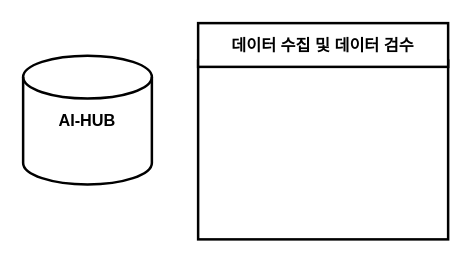
This is page "4 설계서" (2 of 2) of 제목 없는 다이어그램.drawio from hyun10144/Lecture4-1, a draw.io file, before an edit. Source tidied: cells renumbered, new cells numbered last; positions are measured from the earlier drawing's top-left corner, leaving out a move shared by most shapes. Both pictures are drawn from the tidied source at 125%, with x=0, y=0 at pixel (22, 22).
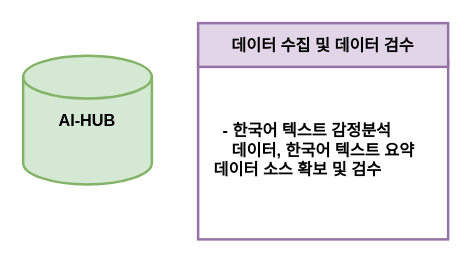
Above is the later version.

Commit message (it also covers changes not shown here):
제목 없는 다이어그램.drawio 업데이트

Change to the diagram source:
```diff
@@
 <mxGraphModel>
   <root>
     <mxCell id="0" />
     <mxCell id="1" parent="0" />
-    <mxCell id="2" style="rounded=1;whiteSpace=wrap;html=1;absoluteArcSize=1;arcSize=0;strokeWidth=2;fontStyle=1;fontSize=13;" parent="1" vertex="1">
+    <mxCell id="2" value="&lt;span style=&quot;background-color: transparent; color: light-dark(rgb(0, 0, 0), rgb(255, 255, 255));&quot;&gt;&amp;nbsp; &amp;nbsp; &amp;nbsp;- 한국어 텍스트 감정분석&amp;nbsp;&lt;/span&gt;&lt;div&gt;&lt;span style=&quot;background-color: transparent; color: light-dark(rgb(0, 0, 0), rgb(255, 255, 255));&quot;&gt;&amp;nbsp; &amp;nbsp; &amp;nbsp; &amp;nbsp;데이터,&amp;nbsp;&lt;/span&gt;&lt;span style=&quot;background-color: transparent; color: light-dark(rgb(0, 0, 0), rgb(255, 255, 255));&quot;&gt;한국어 텍스트&amp;nbsp;&lt;/span&gt;&lt;span style=&quot;background-color: transparent; color: light-dark(rgb(0, 0, 0), rgb(255, 255, 255));&quot;&gt;요약&amp;nbsp; &amp;nbsp; &amp;nbsp; &amp;nbsp; &amp;nbsp; &amp;nbsp;데이터 소스 확보 및&amp;nbsp;&lt;/span&gt;&lt;span style=&quot;background-color: transparent; color: light-dark(rgb(0, 0, 0), rgb(255, 255, 255));&quot;&gt;검수&lt;/span&gt;&lt;/div&gt;" style="rounded=1;whiteSpace=wrap;html=1;absoluteArcSize=1;arcSize=0;strokeWidth=2;fontStyle=1;fontSize=13;align=left;labelPosition=center;verticalLabelPosition=middle;verticalAlign=middle;fillColor=#FFFFFF;strokeColor=#9673a6;" parent="1" vertex="1">
       <mxGeometry x="140" y="30" width="200" height="143" as="geometry" />
     </mxCell>
-    <mxCell id="3" value="&lt;b&gt;&lt;font style=&quot;font-size: 13px;&quot;&gt;AI-HUB&lt;/font&gt;&lt;/b&gt;" style="strokeWidth=2;html=1;shape=mxgraph.flowchart.database;whiteSpace=wrap;align=center;" parent="1" vertex="1">
+    <mxCell id="3" value="&lt;b&gt;&lt;font style=&quot;font-size: 13px;&quot;&gt;AI-HUB&lt;/font&gt;&lt;/b&gt;" style="strokeWidth=2;html=1;shape=mxgraph.flowchart.database;whiteSpace=wrap;align=center;fillColor=#d5e8d4;strokeColor=#82b366;" parent="1" vertex="1">
       <mxGeometry y="26" width="103" height="103" as="geometry" />
     </mxCell>
-    <mxCell id="4" value="데이터 수집 및 데이터 검수" style="rounded=1;whiteSpace=wrap;html=1;absoluteArcSize=1;arcSize=0;strokeWidth=2;fontStyle=1;fontSize=13;" parent="1" vertex="1">
+    <mxCell id="4" value="데이터 수집 및 데이터 검수" style="rounded=1;whiteSpace=wrap;html=1;absoluteArcSize=1;arcSize=0;strokeWidth=2;fontStyle=1;fontSize=13;fillColor=#e1d5e7;strokeColor=#9673a6;" parent="1" vertex="1">
       <mxGeometry x="140" width="200" height="35" as="geometry" />
     </mxCell>
   </root>
 </mxGraphModel>
```
